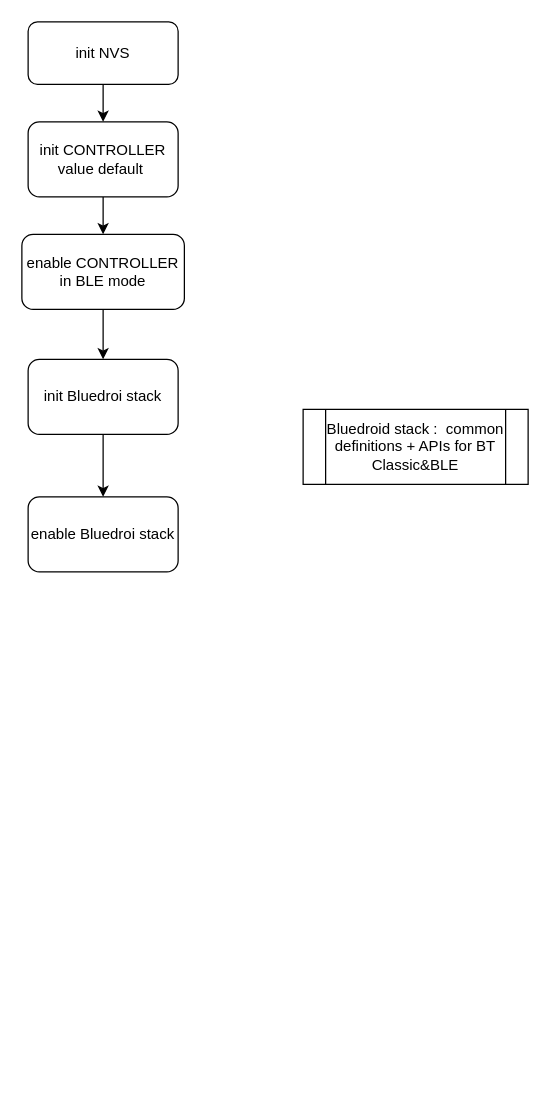
Above: drawio/Biểu đồ không có tiêu đề.drawio in Ledinhtu/BLE (draw.io), before the change. Source tidied: cells renumbered, new cells numbered last; positions are measured from the earlier drawing's top-left corner, leaving out a move shared by most shapes. Both pictures are drawn from the tidied source at 125%, with x=0, y=0 at pixel (21, 21).
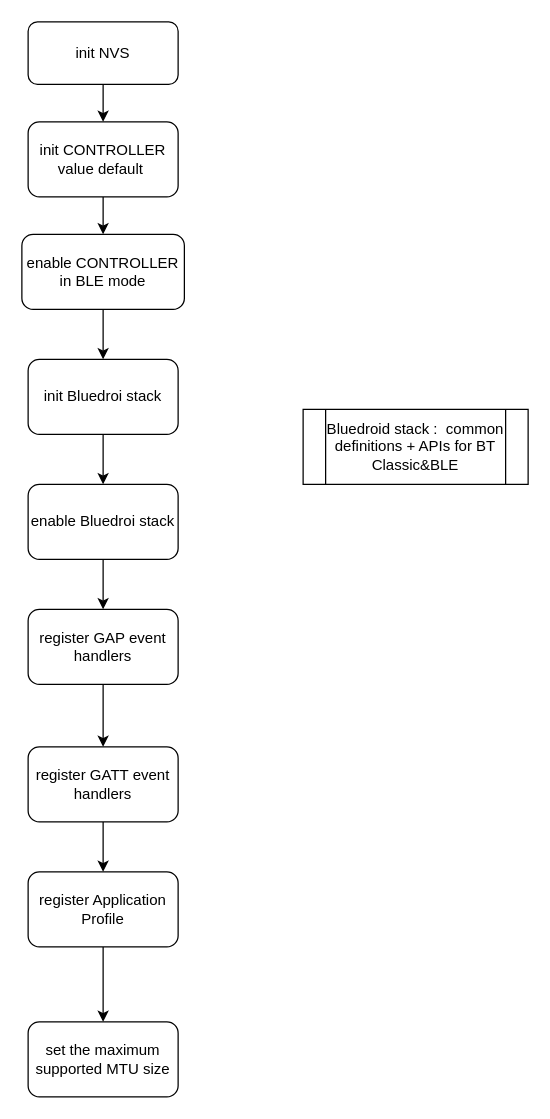
The same page after the edit.

Commit message:
Cập nhật Biểu đồ không có tiêu đề.drawio

What changed in the source:
```diff
@@
 <mxGraphModel>
   <root>
     <mxCell id="0" />
     <mxCell id="1" parent="0" />
     <mxCell id="2" style="edgeStyle=orthogonalEdgeStyle;rounded=0;jettySize=auto;html=1;" parent="1" edge="1" source="3" target="5">
       <mxGeometry relative="1" as="geometry" />
     </mxCell>
     <mxCell id="3" value="init NVS" style="rounded=1;whiteSpace=wrap;html=1;" parent="1" vertex="1">
       <mxGeometry x="5" width="120" height="50" as="geometry" />
     </mxCell>
     <mxCell id="4" style="edgeStyle=orthogonalEdgeStyle;rounded=0;jettySize=auto;html=1;" parent="1" edge="1" source="5" target="7">
       <mxGeometry relative="1" as="geometry" />
     </mxCell>
     <mxCell id="5" value="init CONTROLLER&lt;br&gt;value default&amp;nbsp;" style="rounded=1;whiteSpace=wrap;html=1;" parent="1" vertex="1">
       <mxGeometry x="5" y="80" width="120" height="60" as="geometry" />
     </mxCell>
     <mxCell id="6" style="edgeStyle=orthogonalEdgeStyle;rounded=0;jettySize=auto;html=1;" parent="1" edge="1" source="7" target="9">
       <mxGeometry relative="1" as="geometry" />
     </mxCell>
     <mxCell id="7" value="enable CONTROLLER in BLE mode" style="rounded=1;whiteSpace=wrap;html=1;" parent="1" vertex="1">
       <mxGeometry y="170" width="130" height="60" as="geometry" />
     </mxCell>
     <mxCell id="8" style="edgeStyle=orthogonalEdgeStyle;rounded=0;jettySize=auto;html=1;" parent="1" edge="1" source="9" target="10">
       <mxGeometry relative="1" as="geometry" />
     </mxCell>
     <mxCell id="9" value="init Bluedroi stack" style="rounded=1;whiteSpace=wrap;html=1;" parent="1" vertex="1">
       <mxGeometry x="5" y="270" width="120" height="60" as="geometry" />
     </mxCell>
+    <mxCell id="12" style="edgeStyle=orthogonalEdgeStyle;rounded=0;jettySize=auto;html=1;" parent="1" edge="1" source="10" target="14">
+      <mxGeometry relative="1" as="geometry" />
+    </mxCell>
     <mxCell id="10" value="enable Bluedroi stack" style="rounded=1;whiteSpace=wrap;html=1;" parent="1" vertex="1">
-      <mxGeometry x="5" y="380" width="120" height="60" as="geometry" />
+      <mxGeometry x="5" y="370" width="120" height="60" as="geometry" />
     </mxCell>
     <mxCell id="11" value="Bluedroid stack :&amp;nbsp; common definitions + APIs for BT Classic&amp;amp;BLE" style="shape=process;whiteSpace=wrap;html=1;backgroundOutline=1;" parent="1" vertex="1">
       <mxGeometry x="225" y="310" width="180" height="60" as="geometry" />
     </mxCell>
+    <mxCell id="13" style="edgeStyle=orthogonalEdgeStyle;rounded=0;jettySize=auto;html=1;" parent="1" edge="1" source="14" target="16">
+      <mxGeometry relative="1" as="geometry" />
+    </mxCell>
+    <mxCell id="14" value="register GAP event handlers" style="rounded=1;whiteSpace=wrap;html=1;" parent="1" vertex="1">
+      <mxGeometry x="5" y="470" width="120" height="60" as="geometry" />
+    </mxCell>
+    <mxCell id="15" style="edgeStyle=orthogonalEdgeStyle;rounded=0;jettySize=auto;html=1;" parent="1" edge="1" source="16" target="18">
+      <mxGeometry relative="1" as="geometry" />
+    </mxCell>
+    <mxCell id="16" value="register GATT event handlers" style="rounded=1;whiteSpace=wrap;html=1;" parent="1" vertex="1">
+      <mxGeometry x="5" y="580" width="120" height="60" as="geometry" />
+    </mxCell>
+    <mxCell id="17" style="edgeStyle=orthogonalEdgeStyle;rounded=0;jettySize=auto;html=1;" parent="1" edge="1" source="18" target="19">
+      <mxGeometry relative="1" as="geometry" />
+    </mxCell>
+    <mxCell id="18" value="register Application Profile" style="rounded=1;whiteSpace=wrap;html=1;" parent="1" vertex="1">
+      <mxGeometry x="5" y="680" width="120" height="60" as="geometry" />
+    </mxCell>
+    <mxCell id="19" value="set the maximum supported MTU size" style="rounded=1;whiteSpace=wrap;html=1;" parent="1" vertex="1">
+      <mxGeometry x="5" y="800" width="120" height="60" as="geometry" />
+    </mxCell>
   </root>
 </mxGraphModel>
```
